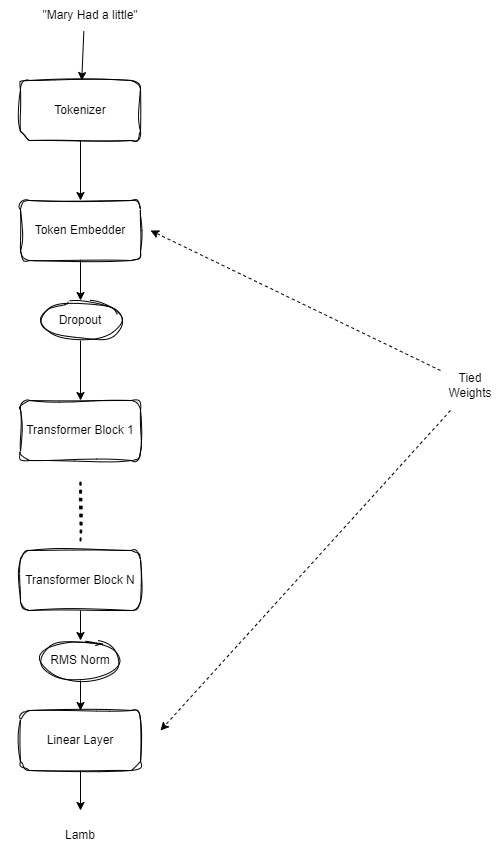
The draw.io diagram media/2023-12-03-llama2/llama2_architecture.png in jayeshmahapatra/jayeshmahapatra.github.io, before a commit. Source tidied: cells renumbered, new cells last; positions are measured from the earlier drawing's top-left corner, leaving out a move shared by most shapes.
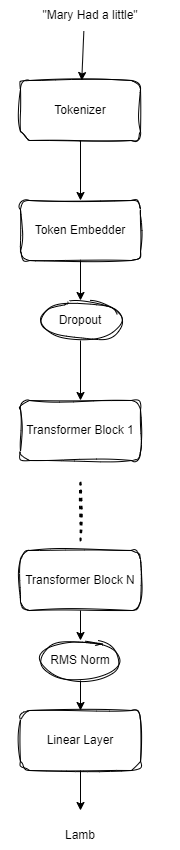
The same diagram one commit later.

Commit message:
change diagram to reflect no weight tying in the original model

Diff of the diagram source:
```diff
@@ -32,20 +32,6 @@
     <mxCell id="10" value="Linear Layer" style="rounded=1;whiteSpace=wrap;html=1;sketch=1;curveFitting=1;jiggle=2;" parent="1" vertex="1">
       <mxGeometry x="20" y="710" width="120" height="60" as="geometry" />
     </mxCell>
-    <mxCell id="11" style="endArrow=classic;html=1;rounded=0;exitX=0;exitY=0;exitDx=0;exitDy=0;dashed=1;" parent="1" edge="1" source="13">
-      <mxGeometry relative="1" as="geometry">
-        <mxPoint x="150" y="230" as="targetPoint" />
-      </mxGeometry>
-    </mxCell>
-    <mxCell id="12" style="endArrow=classic;html=1;rounded=0;dashed=1;" parent="1" edge="1">
-      <mxGeometry relative="1" as="geometry">
-        <mxPoint x="450" y="410" as="sourcePoint" />
-        <mxPoint x="160" y="730" as="targetPoint" />
-      </mxGeometry>
-    </mxCell>
-    <mxCell id="13" value="Tied Weights" style="text;html=1;strokeColor=none;fillColor=none;align=center;verticalAlign=middle;whiteSpace=wrap;rounded=0;sketch=1;curveFitting=1;jiggle=2;" parent="1" vertex="1">
-      <mxGeometry x="440" y="370" width="60" height="30" as="geometry" />
-    </mxCell>
     <mxCell id="14" style="endArrow=classic;html=1;rounded=0;exitX=0.463;exitY=1.022;exitDx=0;exitDy=0;exitPerimeter=0;" parent="1" edge="1" source="2" target="3">
       <mxGeometry relative="1" as="geometry" />
     </mxCell>
```
